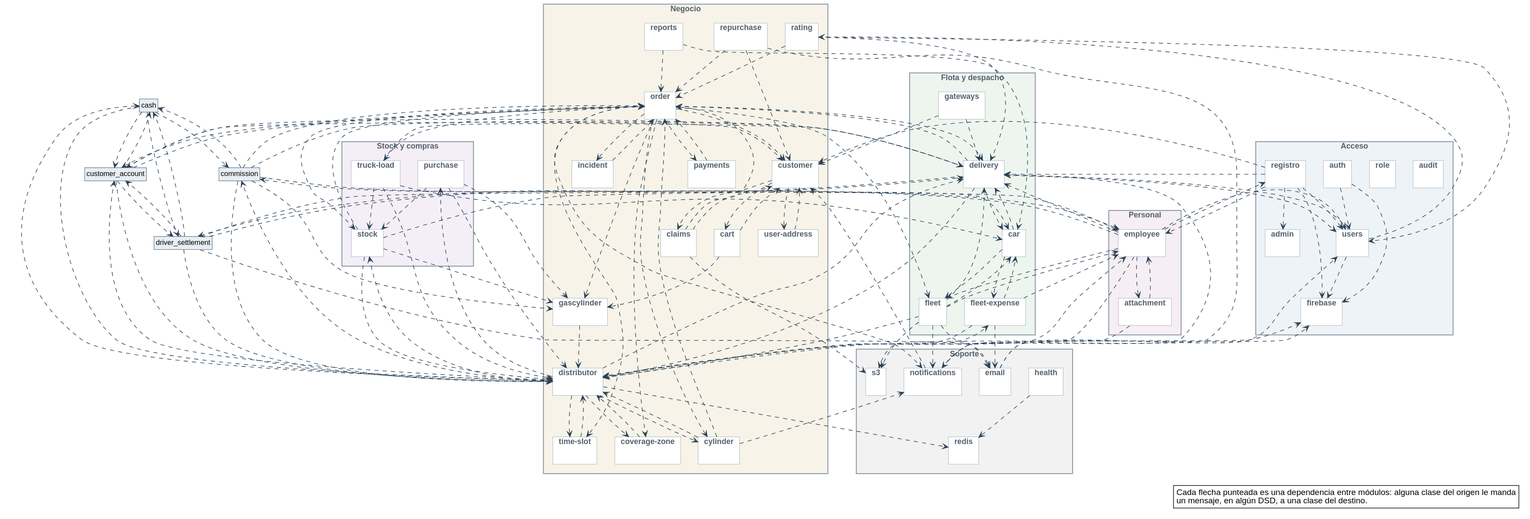
The PlantUML diagram diagramas/clases-diseno/DC_Paquetes.svg in Nahuelito-Dev/splg-docs, before a commit.
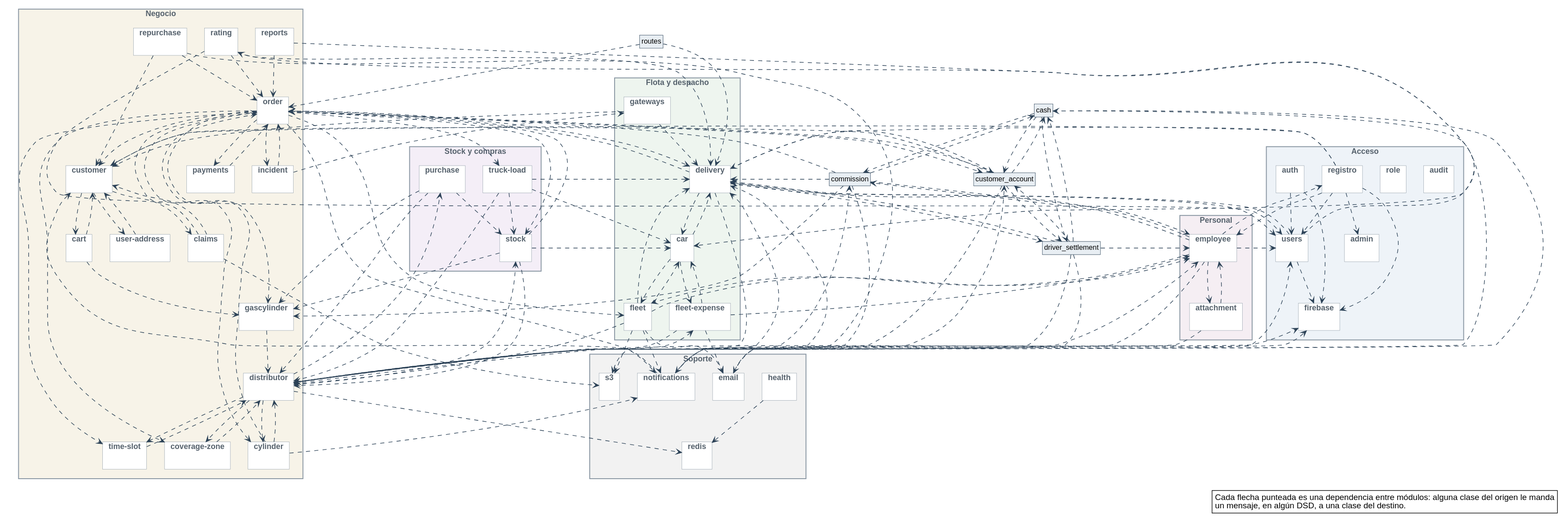
The same file after the commit.

Change to the diagram source:
```diff
@@ -230,6 +230,7 @@
 gateways ..> customer
 gateways ..> delivery
 health ..> redis
+incident ..> gateways
 incident ..> order
 notifications ..> customer
 notifications ..> delivery
@@ -265,6 +266,8 @@
 repurchase ..> customer
 repurchase ..> notifications
 repurchase ..> order
+routes ..> delivery
+routes ..> order
 stock ..> car
 stock ..> distributor
 stock ..> gascylinder
```
